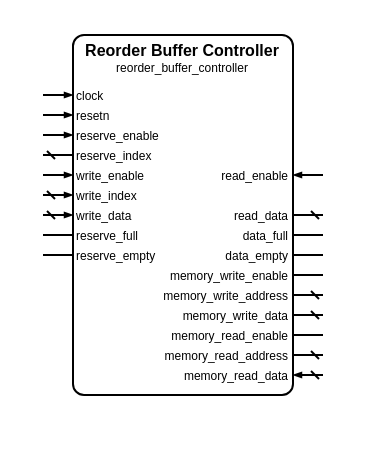
Louis-DR/OmniCores-BuildingBlocks keeps this draw.io diagram as sources/data/controllers/reorder_buffer/reorder_buffer_controller.symbol.drawio. Above is the earlier version. Source tidied: cells renumbered, new cells numbered last; positions are measured from the earlier drawing's top-left corner, leaving out a move shared by most shapes. Both pictures are drawn from the tidied source at 200%, with x=0, y=0 at pixel (42, 34).
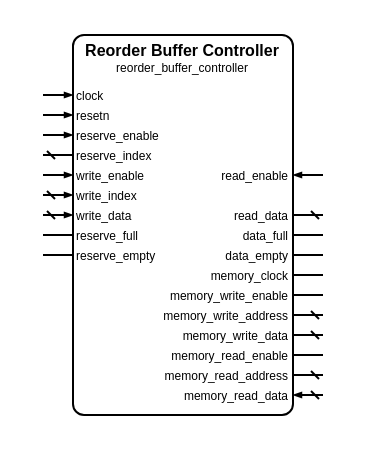
Above is the later version.

The edit, as a diff of the source:
```diff
@@
     <mxCell id="2" style="group;" parent="1" vertex="1">
-      <mxGeometry width="140" height="180" as="geometry" />
+      <mxGeometry width="140" height="190" as="geometry" />
     </mxCell>
     <mxCell id="3" style="rounded=1;arcSize=5;fillColor=none;strokeWidth=1;strokeColor=black;whiteSpace=wrap;html=1;" parent="2" vertex="1">
-      <mxGeometry x="15" width="110" height="180" as="geometry" />
+      <mxGeometry x="15" width="110" height="190" as="geometry" />
     </mxCell>
@@
+    <mxCell id="44" value="memory_clock" style="text;html=1;align=right;verticalAlign=middle;whiteSpace=wrap;rounded=0;fontSize=6;fontStyle=0;fontColor=black;" parent="2" vertex="1">
+      <mxGeometry x="15" y="120" width="110" as="geometry" />
+    </mxCell>
+    <mxCell id="45" style="html=1;rounded=1;strokeWidth=1;strokeColor=black;startFill=0;startSize=2;startArrow=none;endFill=1;endSize=2;endArrow=none;sourcePerimeterSpacing=0;" parent="2" edge="1">
+      <mxGeometry relative="1" as="geometry">
+        <mxPoint x="140" y="120" as="sourcePoint" />
+        <mxPoint x="125" y="120" as="targetPoint" />
+      </mxGeometry>
+    </mxCell>
     <mxCell id="32" value="memory_write_enable" style="text;html=1;align=right;verticalAlign=middle;whiteSpace=wrap;rounded=0;fontSize=6;fontStyle=0;fontColor=black;" parent="2" vertex="1">
-      <mxGeometry x="15" y="120" width="110" as="geometry" />
+      <mxGeometry x="15" y="130" width="110" as="geometry" />
     </mxCell>
     <mxCell id="33" style="html=1;rounded=1;strokeWidth=1;strokeColor=black;startFill=0;startSize=2;startArrow=none;endFill=1;endSize=2;endArrow=none;sourcePerimeterSpacing=0;" parent="2" edge="1">
       <mxGeometry relative="1" as="geometry">
-        <mxPoint x="140" y="120" as="sourcePoint" />
-        <mxPoint x="125" y="120" as="targetPoint" />
+        <mxPoint x="140" y="130" as="sourcePoint" />
+        <mxPoint x="125" y="130" as="targetPoint" />
       </mxGeometry>
     </mxCell>
     <mxCell id="34" value="memory_write_address" style="text;html=1;align=right;verticalAlign=middle;whiteSpace=wrap;rounded=0;fontSize=6;fontStyle=0;fontColor=black;" parent="2" vertex="1">
-      <mxGeometry x="15" y="130" width="110" as="geometry" />
+      <mxGeometry x="15" y="140" width="110" as="geometry" />
     </mxCell>
     <mxCell id="35" style="html=1;rounded=1;strokeWidth=1;strokeColor=black;startFill=0;startSize=2;startArrow=dash;endFill=1;endSize=2;endArrow=none;sourcePerimeterSpacing=0;" parent="2" edge="1">
       <mxGeometry relative="1" as="geometry">
-        <mxPoint x="140" y="130" as="sourcePoint" />
-        <mxPoint x="125" y="130" as="targetPoint" />
+        <mxPoint x="140" y="140" as="sourcePoint" />
+        <mxPoint x="125" y="140" as="targetPoint" />
       </mxGeometry>
     </mxCell>
     <mxCell id="36" value="memory_write_data" style="text;html=1;align=right;verticalAlign=middle;whiteSpace=wrap;rounded=0;fontSize=6;fontStyle=0;fontColor=black;" parent="2" vertex="1">
-      <mxGeometry x="15" y="140" width="110" as="geometry" />
+      <mxGeometry x="15" y="150" width="110" as="geometry" />
     </mxCell>
     <mxCell id="37" style="html=1;rounded=1;strokeWidth=1;strokeColor=black;startFill=0;startSize=2;startArrow=dash;endFill=1;endSize=2;endArrow=none;sourcePerimeterSpacing=0;" parent="2" edge="1">
       <mxGeometry relative="1" as="geometry">
-        <mxPoint x="140" y="140" as="sourcePoint" />
-        <mxPoint x="125" y="140" as="targetPoint" />
+        <mxPoint x="140" y="150" as="sourcePoint" />
+        <mxPoint x="125" y="150" as="targetPoint" />
       </mxGeometry>
     </mxCell>
     <mxCell id="38" value="memory_read_enable" style="text;html=1;align=right;verticalAlign=middle;whiteSpace=wrap;rounded=0;fontSize=6;fontStyle=0;fontColor=black;" parent="2" vertex="1">
-      <mxGeometry x="15" y="150" width="110" as="geometry" />
+      <mxGeometry x="15" y="160" width="110" as="geometry" />
     </mxCell>
     <mxCell id="39" style="html=1;rounded=1;strokeWidth=1;strokeColor=black;startFill=0;startSize=2;startArrow=none;endFill=1;endSize=2;endArrow=none;sourcePerimeterSpacing=0;" parent="2" edge="1">
       <mxGeometry relative="1" as="geometry">
-        <mxPoint x="140" y="150" as="sourcePoint" />
-        <mxPoint x="125" y="150" as="targetPoint" />
+        <mxPoint x="140" y="160" as="sourcePoint" />
+        <mxPoint x="125" y="160" as="targetPoint" />
       </mxGeometry>
     </mxCell>
     <mxCell id="40" value="memory_read_address" style="text;html=1;align=right;verticalAlign=middle;whiteSpace=wrap;rounded=0;fontSize=6;fontStyle=0;fontColor=black;" parent="2" vertex="1">
-      <mxGeometry x="15" y="160" width="110" as="geometry" />
+      <mxGeometry x="15" y="170" width="110" as="geometry" />
     </mxCell>
     <mxCell id="41" style="html=1;rounded=1;strokeWidth=1;strokeColor=black;startFill=0;startSize=2;startArrow=dash;endFill=1;endSize=2;endArrow=none;sourcePerimeterSpacing=0;" parent="2" edge="1">
       <mxGeometry relative="1" as="geometry">
-        <mxPoint x="140" y="160" as="sourcePoint" />
-        <mxPoint x="125" y="160" as="targetPoint" />
+        <mxPoint x="140" y="170" as="sourcePoint" />
+        <mxPoint x="125" y="170" as="targetPoint" />
       </mxGeometry>
     </mxCell>
     <mxCell id="42" value="memory_read_data" style="text;html=1;align=right;verticalAlign=middle;whiteSpace=wrap;rounded=0;fontSize=6;fontStyle=0;fontColor=black;" parent="2" vertex="1">
-      <mxGeometry x="15" y="170" width="110" as="geometry" />
+      <mxGeometry x="15" y="180" width="110" as="geometry" />
     </mxCell>
     <mxCell id="43" style="html=1;rounded=1;strokeWidth=1;strokeColor=black;startFill=0;startSize=2;startArrow=dash;endFill=1;endSize=2;endArrow=blockThin;sourcePerimeterSpacing=0;" parent="2" edge="1">
       <mxGeometry relative="1" as="geometry">
-        <mxPoint x="140" y="170" as="sourcePoint" />
-        <mxPoint x="125" y="170" as="targetPoint" />
+        <mxPoint x="140" y="180" as="sourcePoint" />
+        <mxPoint x="125" y="180" as="targetPoint" />
       </mxGeometry>
     </mxCell>
```
